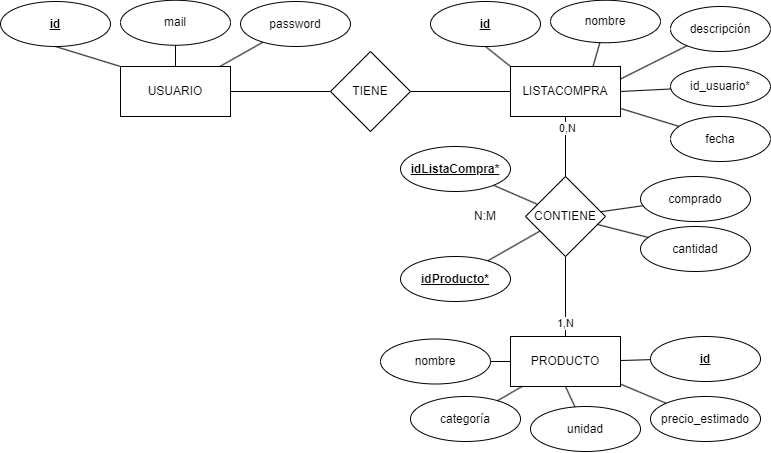
Earlier version of the draw.io export docs/diagrama e-r.png (danisimmon/Kukit). Source tidied: cells renumbered, new cells last; positions are measured from the earlier drawing's top-left corner, leaving out a move shared by most shapes.
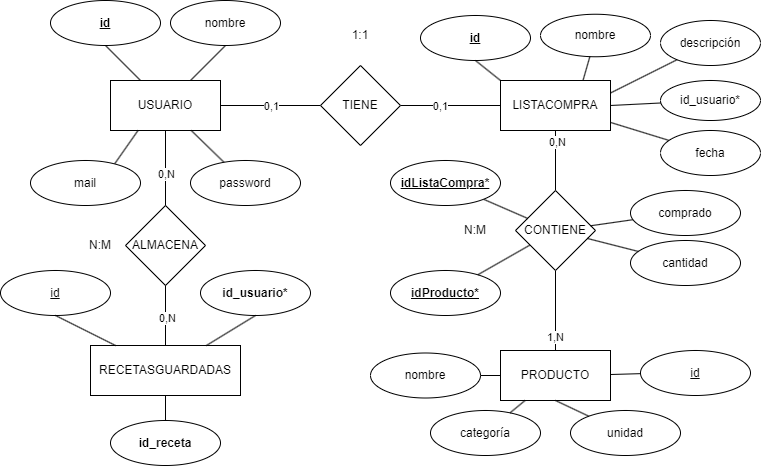
After the change.

Commit message:
Cambios diagramas

Change to the diagram source:
```diff
@@ -5,6 +5,9 @@
     <mxCell id="2" style="edgeStyle=none;html=1;entryX=0;entryY=0.5;entryDx=0;entryDy=0;endArrow=none;endFill=0;" parent="1" edge="1" source="3" target="18">
       <mxGeometry relative="1" as="geometry" />
     </mxCell>
+    <mxCell id="48" value="0,1" style="edgeLabel;html=1;align=center;verticalAlign=middle;" parent="2" vertex="1">
+      <mxGeometry relative="1" as="geometry" />
+    </mxCell>
     <mxCell id="3" value="USUARIO" style="rounded=0;whiteSpace=wrap;html=1;" parent="1" vertex="1">
       <mxGeometry x="120" y="66" width="110" height="50" as="geometry" />
     </mxCell>
@@ -20,11 +23,11 @@
     <mxCell id="7" value="PRODUCTO" style="rounded=0;whiteSpace=wrap;html=1;" parent="1" vertex="1">
       <mxGeometry x="510" y="336" width="110" height="50" as="geometry" />
     </mxCell>
-    <mxCell id="8" style="endArrow=none;html=1;exitX=0;exitY=0;exitDx=0;exitDy=0;entryX=0.5;entryY=1;entryDx=0;entryDy=0;" parent="1" edge="1" source="3" target="9">
+    <mxCell id="8" style="endArrow=none;html=1;entryX=0.5;entryY=1;entryDx=0;entryDy=0;" parent="1" edge="1" source="3" target="9">
       <mxGeometry relative="1" as="geometry" />
     </mxCell>
     <mxCell id="9" value="&lt;b&gt;&lt;u&gt;id&lt;/u&gt;&lt;/b&gt;" style="ellipse;whiteSpace=wrap;html=1;" parent="1" vertex="1">
-      <mxGeometry y="1" width="110" height="45" as="geometry" />
+      <mxGeometry x="60" y="-14" width="110" height="45" as="geometry" />
     </mxCell>
     <mxCell id="10" style="edgeStyle=none;html=1;entryX=0.5;entryY=0;entryDx=0;entryDy=0;endArrow=none;endFill=0;" parent="1" edge="1" source="12" target="7">
       <mxGeometry relative="1" as="geometry" />
@@ -35,23 +38,24 @@
     <mxCell id="12" value="CONTIENE" style="rhombus;whiteSpace=wrap;html=1;" parent="1" vertex="1">
       <mxGeometry x="525" y="176" width="80" height="80" as="geometry" />
     </mxCell>
-    <mxCell id="13" style="endArrow=none;html=1;entryX=0.5;entryY=1;entryDx=0;entryDy=0;" parent="1" edge="1" target="14">
-      <mxGeometry relative="1" as="geometry">
-        <mxPoint x="175" y="66" as="sourcePoint" />
-      </mxGeometry>
+    <mxCell id="13" style="endArrow=none;html=1;entryX=0.5;entryY=1;entryDx=0;entryDy=0;exitX=0.25;exitY=1;exitDx=0;exitDy=0;" parent="1" edge="1" source="3" target="14">
+      <mxGeometry relative="1" as="geometry" />
     </mxCell>
     <mxCell id="14" value="mail" style="ellipse;whiteSpace=wrap;html=1;" parent="1" vertex="1">
-      <mxGeometry x="120" y="-0.2" width="110" height="45" as="geometry" />
+      <mxGeometry x="40" y="146" width="110" height="45" as="geometry" />
     </mxCell>
     <mxCell id="15" style="endArrow=none;html=1;" parent="1" edge="1" source="3" target="16">
       <mxGeometry relative="1" as="geometry" />
     </mxCell>
     <mxCell id="16" value="password" style="ellipse;whiteSpace=wrap;html=1;" parent="1" vertex="1">
-      <mxGeometry x="240" y="1" width="110" height="45" as="geometry" />
+      <mxGeometry x="200" y="146" width="110" height="45" as="geometry" />
     </mxCell>
     <mxCell id="17" style="edgeStyle=none;html=1;entryX=0;entryY=0.5;entryDx=0;entryDy=0;endArrow=none;endFill=0;" parent="1" edge="1" source="18" target="6">
       <mxGeometry relative="1" as="geometry" />
     </mxCell>
+    <mxCell id="49" value="0,1" style="edgeLabel;html=1;align=center;verticalAlign=middle;" parent="17" vertex="1">
+      <mxGeometry x="-0.22" relative="1" as="geometry" />
+    </mxCell>
     <mxCell id="18" value="TIENE" style="rhombus;whiteSpace=wrap;html=1;" parent="1" vertex="1">
       <mxGeometry x="330" y="51" width="80" height="80" as="geometry" />
     </mxCell>
@@ -67,7 +71,7 @@
     <mxCell id="22" value="id_usuario*" style="ellipse;whiteSpace=wrap;html=1;" parent="1" vertex="1">
       <mxGeometry x="670" y="66" width="100" height="40" as="geometry" />
     </mxCell>
-    <mxCell id="23" value="&lt;u&gt;&lt;b&gt;id&lt;/b&gt;&lt;/u&gt;" style="ellipse;whiteSpace=wrap;html=1;" parent="1" vertex="1">
+    <mxCell id="23" value="&lt;u&gt;id&lt;/u&gt;" style="ellipse;whiteSpace=wrap;html=1;" parent="1" vertex="1">
       <mxGeometry x="650" y="336" width="110" height="45" as="geometry" />
     </mxCell>
     <mxCell id="24" value="nombre" style="ellipse;whiteSpace=wrap;html=1;" parent="1" vertex="1">
@@ -85,9 +89,6 @@
     <mxCell id="28" style="endArrow=none;html=1;exitX=0.75;exitY=0;exitDx=0;exitDy=0;" parent="1" edge="1" source="6" target="20">
       <mxGeometry relative="1" as="geometry" />
     </mxCell>
-    <mxCell id="29" value="precio_estimado" style="ellipse;whiteSpace=wrap;html=1;" parent="1" vertex="1">
-      <mxGeometry x="650" y="396" width="110" height="45" as="geometry" />
-    </mxCell>
     <mxCell id="30" style="endArrow=none;html=1;exitX=1;exitY=0.25;exitDx=0;exitDy=0;" parent="1" edge="1" source="6" target="21">
       <mxGeometry relative="1" as="geometry" />
     </mxCell>
@@ -95,27 +96,24 @@
       <mxGeometry relative="1" as="geometry" />
     </mxCell>
     <mxCell id="32" value="categoría" style="ellipse;whiteSpace=wrap;html=1;" parent="1" vertex="1">
-      <mxGeometry x="410" y="396" width="110" height="45" as="geometry" />
+      <mxGeometry x="440" y="396" width="110" height="45" as="geometry" />
     </mxCell>
     <mxCell id="33" style="endArrow=none;html=1;" parent="1" edge="1" source="32" target="7">
       <mxGeometry relative="1" as="geometry" />
     </mxCell>
     <mxCell id="34" value="unidad" style="ellipse;whiteSpace=wrap;html=1;" parent="1" vertex="1">
-      <mxGeometry x="530" y="406" width="110" height="45" as="geometry" />
+      <mxGeometry x="580" y="396" width="110" height="45" as="geometry" />
     </mxCell>
     <mxCell id="35" style="endArrow=none;html=1;entryX=0.5;entryY=1;entryDx=0;entryDy=0;" parent="1" edge="1" source="34" target="7">
       <mxGeometry relative="1" as="geometry" />
     </mxCell>
-    <mxCell id="36" style="endArrow=none;html=1;" parent="1" edge="1" source="29" target="7">
-      <mxGeometry relative="1" as="geometry" />
-    </mxCell>
     <mxCell id="37" style="endArrow=none;html=1;" parent="1" edge="1" source="23" target="7">
       <mxGeometry relative="1" as="geometry" />
     </mxCell>
     <mxCell id="38" style="edgeStyle=none;html=1;endArrow=none;endFill=0;" parent="1" edge="1" source="6" target="25">
       <mxGeometry relative="1" as="geometry" />
     </mxCell>
-    <mxCell id="39" value="N:M" style="text;html=1;align=center;verticalAlign=middle;whiteSpace=wrap;rounded=0;" parent="1" vertex="1">
+    <mxCell id="39" value="&lt;span style=&quot;background-color: light-dark(#ffffff, var(--ge-dark-color, #121212));&quot;&gt;N:M&lt;/span&gt;" style="text;html=1;align=center;verticalAlign=middle;whiteSpace=wrap;rounded=0;" parent="1" vertex="1">
       <mxGeometry x="455" y="201" width="60" height="30" as="geometry" />
     </mxCell>
     <mxCell id="40" style="endArrow=none;html=1;" parent="1" edge="1" source="12" target="41">
@@ -142,5 +140,53 @@
     <mxCell id="47" style="endArrow=none;html=1;" parent="1" edge="1" source="46" target="12">
       <mxGeometry relative="1" as="geometry" />
     </mxCell>
+    <mxCell id="50" value="nombre" style="ellipse;whiteSpace=wrap;html=1;" parent="1" vertex="1">
+      <mxGeometry x="180" y="-14" width="110" height="45" as="geometry" />
+    </mxCell>
+    <mxCell id="51" style="endArrow=none;html=1;entryX=0.5;entryY=1;entryDx=0;entryDy=0;" parent="1" edge="1" source="3" target="50">
+      <mxGeometry relative="1" as="geometry" />
+    </mxCell>
+    <mxCell id="52" value="RECETASGUARDADAS" style="rounded=0;whiteSpace=wrap;html=1;" parent="1" vertex="1">
+      <mxGeometry x="100" y="331" width="150" height="50" as="geometry" />
+    </mxCell>
+    <mxCell id="53" value="&lt;u&gt;id&lt;/u&gt;" style="ellipse;whiteSpace=wrap;html=1;" parent="1" vertex="1">
+      <mxGeometry x="10" y="256" width="110" height="45" as="geometry" />
+    </mxCell>
+    <mxCell id="54" value="&lt;b&gt;id_usuario*&lt;/b&gt;" style="ellipse;whiteSpace=wrap;html=1;" parent="1" vertex="1">
+      <mxGeometry x="210" y="256" width="110" height="45" as="geometry" />
+    </mxCell>
+    <mxCell id="55" value="&lt;b&gt;id_receta&lt;/b&gt;" style="ellipse;whiteSpace=wrap;html=1;" parent="1" vertex="1">
+      <mxGeometry x="120" y="406" width="110" height="45" as="geometry" />
+    </mxCell>
+    <mxCell id="56" style="endArrow=none;html=1;entryX=0.5;entryY=1;entryDx=0;entryDy=0;" parent="1" edge="1" source="52" target="53">
+      <mxGeometry relative="1" as="geometry" />
+    </mxCell>
+    <mxCell id="57" style="endArrow=none;html=1;exitX=0.5;exitY=1;exitDx=0;exitDy=0;" parent="1" edge="1" source="54" target="52">
+      <mxGeometry relative="1" as="geometry" />
+    </mxCell>
+    <mxCell id="58" style="endArrow=none;html=1;exitX=0.5;exitY=0;exitDx=0;exitDy=0;" parent="1" edge="1" source="55" target="52">
+      <mxGeometry relative="1" as="geometry" />
+    </mxCell>
+    <mxCell id="59" value="ALMACENA" style="rhombus;whiteSpace=wrap;html=1;" parent="1" vertex="1">
+      <mxGeometry x="135" y="191" width="80" height="80" as="geometry" />
+    </mxCell>
+    <mxCell id="60" style="endArrow=none;html=1;entryX=0.5;entryY=0;entryDx=0;entryDy=0;exitX=0.5;exitY=1;exitDx=0;exitDy=0;" parent="1" edge="1" source="3" target="59">
+      <mxGeometry relative="1" as="geometry" />
+    </mxCell>
+    <mxCell id="61" value="0,N" style="edgeLabel;html=1;align=center;verticalAlign=middle;" parent="60" vertex="1">
+      <mxGeometry x="0.15" relative="1" as="geometry" />
+    </mxCell>
+    <mxCell id="62" style="endArrow=none;html=1;entryX=0.5;entryY=0;entryDx=0;entryDy=0;exitX=0.5;exitY=1;exitDx=0;exitDy=0;" parent="1" edge="1" source="59" target="52">
+      <mxGeometry relative="1" as="geometry" />
+    </mxCell>
+    <mxCell id="63" value="0,N" style="edgeLabel;html=1;align=center;verticalAlign=middle;" parent="62" vertex="1">
+      <mxGeometry x="0.07" y="1" relative="1" as="geometry" />
+    </mxCell>
+    <mxCell id="64" value="&lt;span style=&quot;background-color: light-dark(#ffffff, var(--ge-dark-color, #121212));&quot;&gt;N:M&lt;/span&gt;" style="text;html=1;align=center;verticalAlign=middle;whiteSpace=wrap;rounded=0;" parent="1" vertex="1">
+      <mxGeometry x="80" y="216" width="60" height="30" as="geometry" />
+    </mxCell>
+    <mxCell id="65" value="&lt;span style=&quot;background-color: light-dark(#ffffff, var(--ge-dark-color, #121212));&quot;&gt;1:1&lt;/span&gt;" style="text;html=1;align=center;verticalAlign=middle;whiteSpace=wrap;rounded=0;" parent="1" vertex="1">
+      <mxGeometry x="340" y="6" width="60" height="30" as="geometry" />
+    </mxCell>
   </root>
 </mxGraphModel>
```
